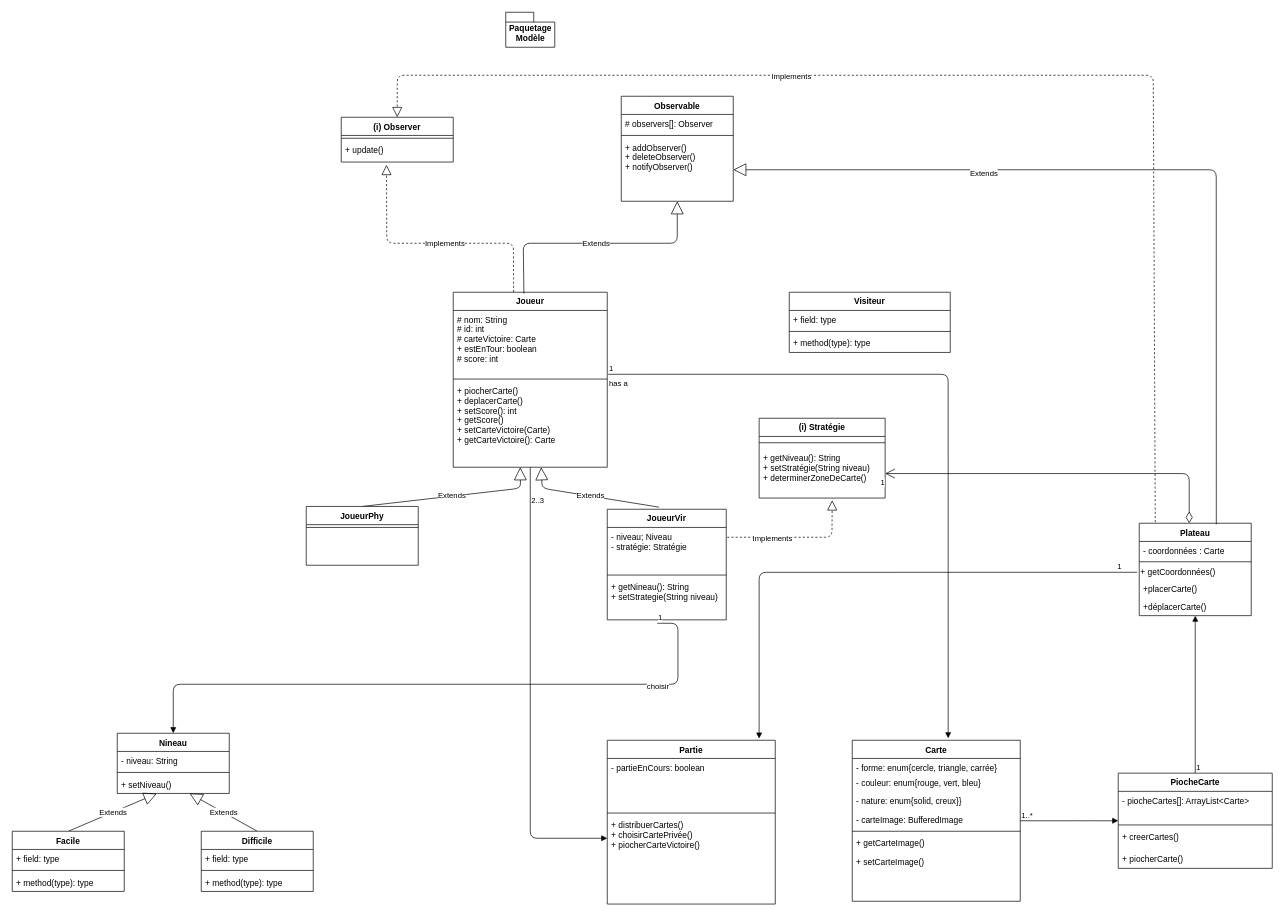
codingTheWorld777/Diagrams-Project_SHAPE_UP keeps this draw.io diagram as classe_paquetageModèle.drawio. Above is the earlier version. Source tidied: cells renumbered, new cells numbered last; positions are measured from the earlier drawing's top-left corner, leaving out a move shared by most shapes. Both pictures are drawn from the tidied source at 70%, with x=0, y=0 at pixel (12, 12).
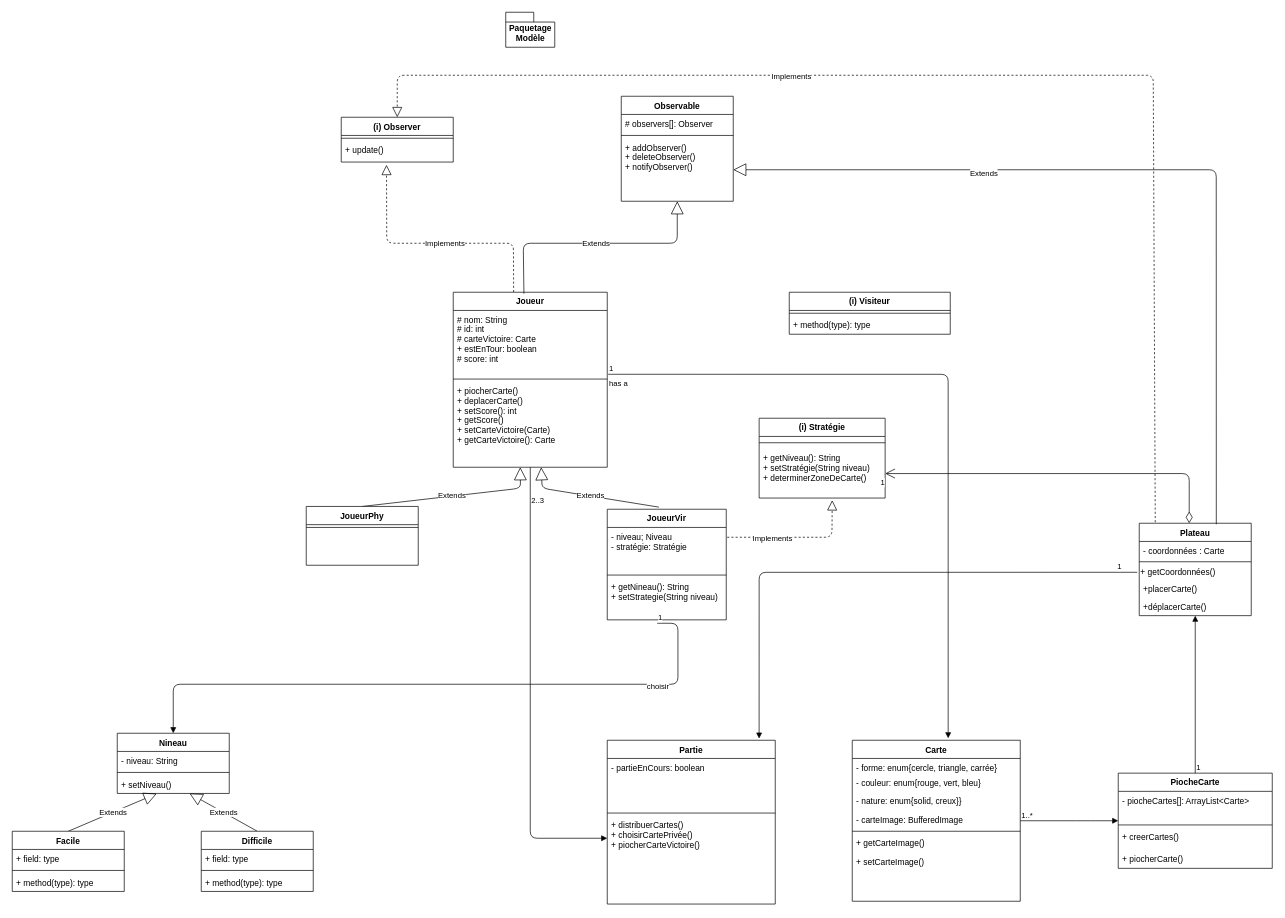
Above is the later version.

What changed in the source:
```diff
@@
-    <mxCell id="60" value="Visiteur" style="swimlane;fontStyle=1;align=center;verticalAlign=top;horizontal=1;startSize=26;" parent="1" vertex="1">
-      <mxGeometry x="1110" y="400" width="230" height="86" as="geometry" />
+    <mxCell id="60" value="(i) Visiteur" style="swimlane;fontStyle=1;align=center;verticalAlign=top;horizontal=1;startSize=26;" parent="1" vertex="1">
+      <mxGeometry x="1110" y="400" width="230" height="60" as="geometry" />
     </mxCell>
-    <mxCell id="61" value="+ field: type" style="text;strokeColor=none;fillColor=none;align=left;verticalAlign=top;spacingLeft=4;spacingRight=4;overflow=hidden;" parent="60" vertex="1">
-      <mxGeometry y="26" width="230" height="26" as="geometry" />
-    </mxCell>
     <mxCell id="62" style="line;strokeWidth=1;fillColor=none;align=left;verticalAlign=middle;spacingTop=-1;spacingLeft=3;spacingRight=3;labelPosition=right;" parent="60" vertex="1">
-      <mxGeometry y="52" width="230" height="8" as="geometry" />
+      <mxGeometry y="26" width="230" height="8" as="geometry" />
     </mxCell>
     <mxCell id="63" value="+ method(type): type" style="text;strokeColor=none;fillColor=none;align=left;verticalAlign=top;spacingLeft=4;spacingRight=4;overflow=hidden;" parent="60" vertex="1">
-      <mxGeometry y="60" width="230" height="26" as="geometry" />
+      <mxGeometry y="34" width="230" height="26" as="geometry" />
     </mxCell>
```
